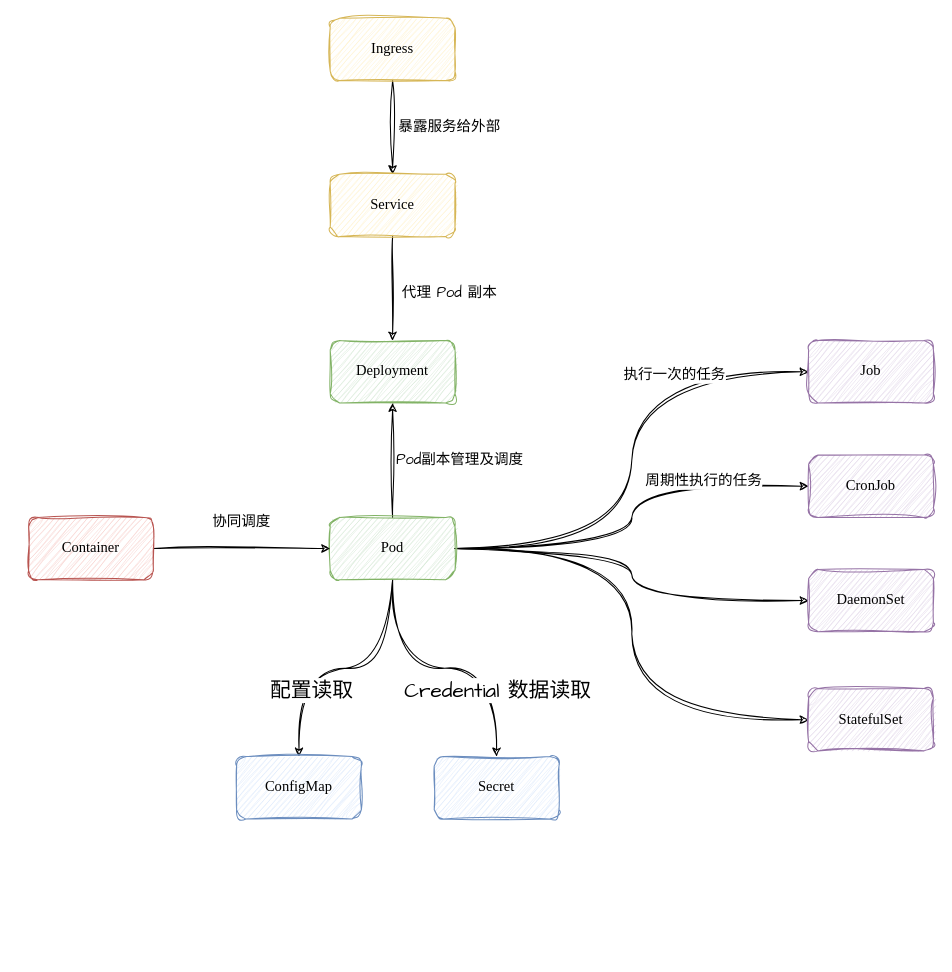
caijiatao/go-lib keeps this draw.io diagram as page "k8s核心功能全景图" (3 of 5) of docs/kubernetes.drawio. Above is the earlier version. Source tidied: cells renumbered, new cells numbered last; positions are measured from the earlier drawing's top-left corner, leaving out a move shared by most shapes. Both pictures are drawn from the tidied source at 104%, with x=0, y=0 at pixel (28, 18).
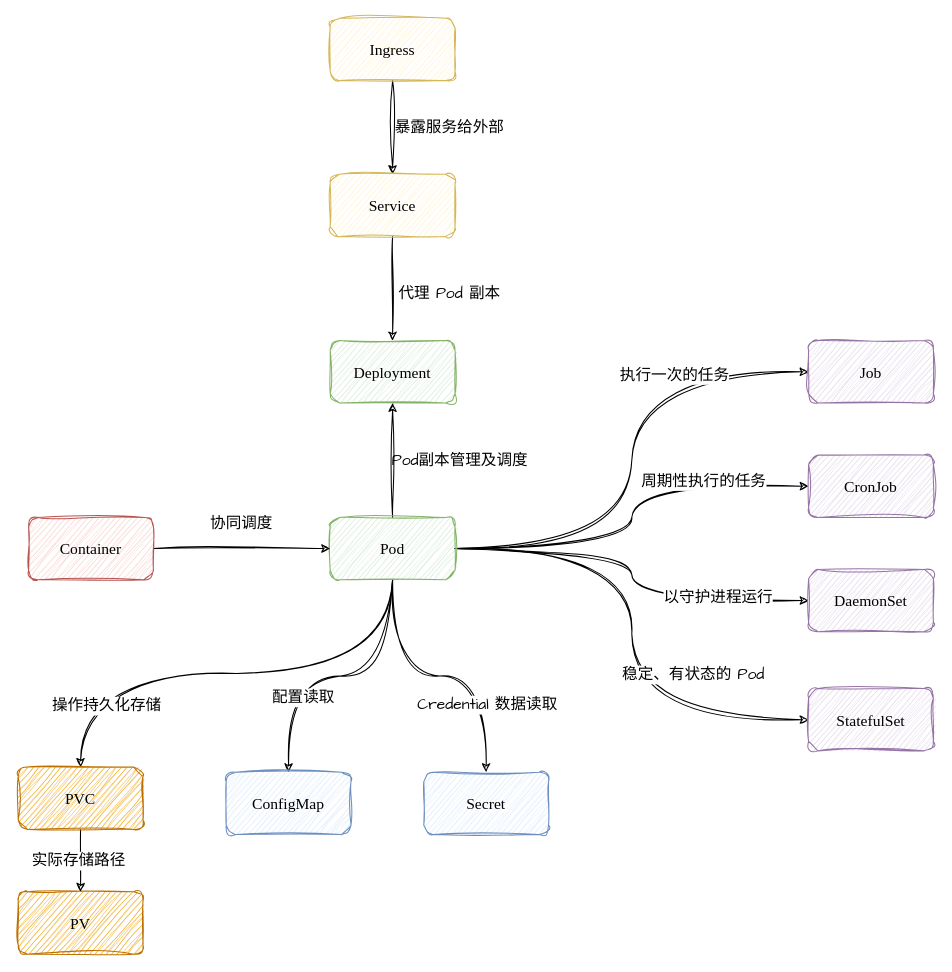
The same page after the edit.

The edit, as a diff of the source:
```diff
@@
-    <mxCell id="2" style="edgeStyle=orthogonalEdgeStyle;sketch=1;hachureGap=4;jiggle=2;curveFitting=1;jettySize=auto;html=1;exitX=0.5;exitY=1;exitDx=0;exitDy=0;fontFamily=Architects Daughter;fontSize=14;curved=1;rounded=1;" parent="1" edge="1" source="13" target="23">
+    <mxCell id="2" style="edgeStyle=orthogonalEdgeStyle;sketch=1;hachureGap=4;jiggle=2;curveFitting=1;jettySize=auto;html=1;exitX=0.5;exitY=1;exitDx=0;exitDy=0;fontFamily=Architects Daughter;fontSize=15;curved=1;rounded=1;" parent="1" edge="1" source="13" target="23">
       <mxGeometry relative="1" as="geometry" />
     </mxCell>
-    <mxCell id="3" value="配置读取" style="edgeLabel;html=1;align=center;verticalAlign=middle;fontSize=20;fontFamily=Architects Daughter;" parent="2" vertex="1">
+    <mxCell id="3" value="配置读取" style="edgeLabel;html=1;align=center;verticalAlign=middle;fontSize=15;fontFamily=Architects Daughter;" parent="2" vertex="1">
       <mxGeometry x="0.18" y="9" relative="1" as="geometry">
         <mxPoint x="-11" y="11" as="offset" />
       </mxGeometry>
     </mxCell>
-    <mxCell id="4" style="edgeStyle=orthogonalEdgeStyle;sketch=1;hachureGap=4;jiggle=2;curveFitting=1;jettySize=auto;html=1;exitX=0.5;exitY=1;exitDx=0;exitDy=0;fontFamily=Architects Daughter;fontSize=14;curved=1;rounded=1;" parent="1" edge="1" source="13" target="24">
+    <mxCell id="4" style="edgeStyle=orthogonalEdgeStyle;sketch=1;hachureGap=4;jiggle=2;curveFitting=1;jettySize=auto;html=1;exitX=0.5;exitY=1;exitDx=0;exitDy=0;fontFamily=Architects Daughter;fontSize=15;curved=1;rounded=1;" parent="1" edge="1" source="13" target="24">
       <mxGeometry relative="1" as="geometry" />
     </mxCell>
-    <mxCell id="5" value="Credential&amp;nbsp;数据读取" style="edgeLabel;html=1;align=center;verticalAlign=middle;fontSize=20;fontFamily=Architects Daughter;" parent="4" vertex="1">
+    <mxCell id="5" value="Credential&amp;nbsp;数据读取" style="edgeLabel;html=1;align=center;verticalAlign=middle;fontSize=15;fontFamily=Architects Daughter;" parent="4" vertex="1">
       <mxGeometry x="0.61" y="-10" relative="1" as="geometry">
         <mxPoint x="10" y="-12" as="offset" />
       </mxGeometry>
     </mxCell>
-    <mxCell id="6" style="edgeStyle=orthogonalEdgeStyle;sketch=1;hachureGap=4;jiggle=2;curveFitting=1;jettySize=auto;html=1;exitX=1;exitY=0.5;exitDx=0;exitDy=0;entryX=0;entryY=0.5;entryDx=0;entryDy=0;fontFamily=Architects Daughter;fontSize=14;curved=1;" parent="1" edge="1" source="13" target="28">
+    <mxCell id="6" style="edgeStyle=orthogonalEdgeStyle;sketch=1;hachureGap=4;jiggle=2;curveFitting=1;jettySize=auto;html=1;exitX=1;exitY=0.5;exitDx=0;exitDy=0;entryX=0;entryY=0.5;entryDx=0;entryDy=0;fontFamily=Architects Daughter;fontSize=15;curved=1;" parent="1" edge="1" source="13" target="28">
       <mxGeometry relative="1" as="geometry" />
     </mxCell>
-    <mxCell id="7" value="执行一次的任务" style="edgeLabel;html=1;align=center;verticalAlign=middle;fontSize=14;fontFamily=Architects Daughter;" parent="6" vertex="1">
+    <mxCell id="7" value="执行一次的任务" style="edgeLabel;html=1;align=center;verticalAlign=middle;fontSize=15;fontFamily=Architects Daughter;" parent="6" vertex="1">
       <mxGeometry x="0.49" y="-2" relative="1" as="geometry" />
     </mxCell>
-    <mxCell id="8" style="edgeStyle=orthogonalEdgeStyle;sketch=1;hachureGap=4;jiggle=2;curveFitting=1;jettySize=auto;html=1;exitX=1;exitY=0.5;exitDx=0;exitDy=0;entryX=0;entryY=0.5;entryDx=0;entryDy=0;fontFamily=Architects Daughter;fontSize=14;curved=1;" parent="1" edge="1" source="13" target="27">
+    <mxCell id="8" style="edgeStyle=orthogonalEdgeStyle;sketch=1;hachureGap=4;jiggle=2;curveFitting=1;jettySize=auto;html=1;exitX=1;exitY=0.5;exitDx=0;exitDy=0;entryX=0;entryY=0.5;entryDx=0;entryDy=0;fontFamily=Architects Daughter;fontSize=15;curved=1;" parent="1" edge="1" source="13" target="27">
       <mxGeometry relative="1" as="geometry" />
     </mxCell>
-    <mxCell id="9" value="周期性执行的任务" style="edgeLabel;html=1;align=center;verticalAlign=middle;fontSize=14;fontFamily=Architects Daughter;" parent="8" vertex="1">
+    <mxCell id="9" value="周期性执行的任务" style="edgeLabel;html=1;align=center;verticalAlign=middle;fontSize=15;fontFamily=Architects Daughter;" parent="8" vertex="1">
       <mxGeometry x="0.49" y="6" relative="1" as="geometry" />
     </mxCell>
-    <mxCell id="10" style="edgeStyle=orthogonalEdgeStyle;sketch=1;hachureGap=4;jiggle=2;curveFitting=1;jettySize=auto;html=1;exitX=1;exitY=0.5;exitDx=0;exitDy=0;entryX=0;entryY=0.5;entryDx=0;entryDy=0;fontFamily=Architects Daughter;fontSize=16;curved=1;" parent="1" edge="1" source="13" target="29">
+    <mxCell id="10" style="edgeStyle=orthogonalEdgeStyle;sketch=1;hachureGap=4;jiggle=2;curveFitting=1;jettySize=auto;html=1;exitX=1;exitY=0.5;exitDx=0;exitDy=0;entryX=0;entryY=0.5;entryDx=0;entryDy=0;fontFamily=Architects Daughter;fontSize=15;curved=1;" parent="1" edge="1" source="13" target="29">
       <mxGeometry relative="1" as="geometry" />
     </mxCell>
+    <mxCell id="31" value="以守护进程运行" style="edgeLabel;html=1;align=center;verticalAlign=middle;fontSize=15;fontFamily=Architects Daughter;" parent="10" vertex="1">
+      <mxGeometry x="0.55" y="4" relative="1" as="geometry" />
+    </mxCell>
-    <mxCell id="11" style="edgeStyle=orthogonalEdgeStyle;sketch=1;hachureGap=4;jiggle=2;curveFitting=1;jettySize=auto;html=1;exitX=1;exitY=0.5;exitDx=0;exitDy=0;entryX=0;entryY=0.5;entryDx=0;entryDy=0;fontFamily=Architects Daughter;fontSize=16;curved=1;" parent="1" edge="1" source="13" target="30">
+    <mxCell id="11" style="edgeStyle=orthogonalEdgeStyle;sketch=1;hachureGap=4;jiggle=2;curveFitting=1;jettySize=auto;html=1;exitX=1;exitY=0.5;exitDx=0;exitDy=0;entryX=0;entryY=0.5;entryDx=0;entryDy=0;fontFamily=Architects Daughter;fontSize=15;curved=1;" parent="1" edge="1" source="13" target="30">
       <mxGeometry relative="1" as="geometry" />
     </mxCell>
+    <mxCell id="32" value="稳定、有状态的 Pod&amp;nbsp;" style="edgeLabel;html=1;align=center;verticalAlign=middle;fontSize=15;fontFamily=Architects Daughter;" parent="11" vertex="1">
+      <mxGeometry x="0.69" y="5" relative="1" as="geometry">
+        <mxPoint x="-30" y="-39" as="offset" />
+      </mxGeometry>
+    </mxCell>
-    <mxCell id="12" style="edgeStyle=orthogonalEdgeStyle;rounded=1;sketch=1;hachureGap=4;jiggle=2;curveFitting=1;jettySize=auto;html=1;exitX=0.5;exitY=0;exitDx=0;exitDy=0;entryX=0.5;entryY=1;entryDx=0;entryDy=0;fontFamily=Architects Daughter;fontSize=16;" parent="1" edge="1" source="13" target="21">
+    <mxCell id="12" style="edgeStyle=orthogonalEdgeStyle;rounded=1;sketch=1;hachureGap=4;jiggle=2;curveFitting=1;jettySize=auto;html=1;exitX=0.5;exitY=0;exitDx=0;exitDy=0;entryX=0.5;entryY=1;entryDx=0;entryDy=0;fontFamily=Architects Daughter;fontSize=15;" parent="1" edge="1" source="13" target="21">
       <mxGeometry relative="1" as="geometry" />
     </mxCell>
+    <mxCell id="33" style="edgeStyle=orthogonalEdgeStyle;sketch=1;hachureGap=4;jiggle=2;curveFitting=1;jettySize=auto;html=1;exitX=0.5;exitY=1;exitDx=0;exitDy=0;fontFamily=Architects Daughter;fontSize=15;jumpStyle=none;curved=1;" parent="1" edge="1" source="13" target="38">
+      <mxGeometry relative="1" as="geometry" />
+    </mxCell>
+    <mxCell id="34" value="操作持久化存储" style="edgeLabel;html=1;align=center;verticalAlign=middle;fontSize=15;fontFamily=Architects Daughter;" parent="33" vertex="1">
+      <mxGeometry x="0.75" y="24" relative="1" as="geometry" />
+    </mxCell>
-    <mxCell id="13" value="Pod" style="rounded=1;whiteSpace=wrap;html=1;sketch=1;hachureGap=4;jiggle=2;curveFitting=1;fontFamily=Times New Roman;fontSize=14;fillColor=#d5e8d4;strokeColor=#82b366;" parent="1" vertex="1">
+    <mxCell id="13" value="Pod" style="rounded=1;whiteSpace=wrap;html=1;sketch=1;hachureGap=4;jiggle=2;curveFitting=1;fontFamily=Times New Roman;fontSize=15;fillColor=#d5e8d4;strokeColor=#82b366;" parent="1" vertex="1">
       <mxGeometry x="290" y="480" width="120" height="60" as="geometry" />
     </mxCell>
-    <mxCell id="14" style="edgeStyle=orthogonalEdgeStyle;rounded=1;sketch=1;hachureGap=4;jiggle=2;curveFitting=1;jettySize=auto;html=1;exitX=1;exitY=0.5;exitDx=0;exitDy=0;entryX=0;entryY=0.5;entryDx=0;entryDy=0;fontFamily=Times New Roman;fontSize=14;" parent="1" edge="1" source="15" target="13">
+    <mxCell id="14" style="edgeStyle=orthogonalEdgeStyle;rounded=1;sketch=1;hachureGap=4;jiggle=2;curveFitting=1;jettySize=auto;html=1;exitX=1;exitY=0.5;exitDx=0;exitDy=0;entryX=0;entryY=0.5;entryDx=0;entryDy=0;fontFamily=Times New Roman;fontSize=15;" parent="1" edge="1" source="15" target="13">
       <mxGeometry relative="1" as="geometry" />
     </mxCell>
-    <mxCell id="15" value="Container" style="rounded=1;whiteSpace=wrap;html=1;sketch=1;hachureGap=4;jiggle=2;curveFitting=1;fontFamily=Times New Roman;fontSize=14;fillColor=#f8cecc;strokeColor=#b85450;" parent="1" vertex="1">
+    <mxCell id="15" value="Container" style="rounded=1;whiteSpace=wrap;html=1;sketch=1;hachureGap=4;jiggle=2;curveFitting=1;fontFamily=Times New Roman;fontSize=15;fillColor=#f8cecc;strokeColor=#b85450;" parent="1" vertex="1">
       <mxGeometry y="480" width="120" height="60" as="geometry" />
     </mxCell>
-    <mxCell id="16" value="协同调度" style="text;html=1;strokeColor=none;fillColor=none;align=center;verticalAlign=middle;whiteSpace=wrap;rounded=1;fontSize=14;fontFamily=Times New Roman;" parent="1" vertex="1">
+    <mxCell id="16" value="协同调度" style="text;html=1;strokeColor=none;fillColor=none;align=center;verticalAlign=middle;whiteSpace=wrap;rounded=1;fontSize=15;fontFamily=Times New Roman;" parent="1" vertex="1">
       <mxGeometry x="160" y="470" width="90" height="30" as="geometry" />
     </mxCell>
-    <mxCell id="17" style="edgeStyle=orthogonalEdgeStyle;rounded=1;sketch=1;hachureGap=4;jiggle=2;curveFitting=1;jettySize=auto;html=1;fontFamily=Architects Daughter;fontSize=14;" parent="1" edge="1" source="18" target="20">
+    <mxCell id="17" style="edgeStyle=orthogonalEdgeStyle;rounded=1;sketch=1;hachureGap=4;jiggle=2;curveFitting=1;jettySize=auto;html=1;fontFamily=Architects Daughter;fontSize=15;" parent="1" edge="1" source="18" target="20">
       <mxGeometry relative="1" as="geometry" />
     </mxCell>
-    <mxCell id="18" value="Ingress" style="rounded=1;whiteSpace=wrap;html=1;sketch=1;hachureGap=4;jiggle=2;curveFitting=1;fontFamily=Times New Roman;fontSize=14;fillColor=#fff2cc;strokeColor=#d6b656;" parent="1" vertex="1">
+    <mxCell id="18" value="Ingress" style="rounded=1;whiteSpace=wrap;html=1;sketch=1;hachureGap=4;jiggle=2;curveFitting=1;fontFamily=Times New Roman;fontSize=15;fillColor=#fff2cc;strokeColor=#d6b656;" parent="1" vertex="1">
       <mxGeometry x="290" width="120" height="60" as="geometry" />
     </mxCell>
-    <mxCell id="19" style="edgeStyle=orthogonalEdgeStyle;rounded=1;sketch=1;hachureGap=4;jiggle=2;curveFitting=1;jettySize=auto;html=1;fontFamily=Architects Daughter;fontSize=14;" parent="1" edge="1" source="20" target="21">
+    <mxCell id="19" style="edgeStyle=orthogonalEdgeStyle;rounded=1;sketch=1;hachureGap=4;jiggle=2;curveFitting=1;jettySize=auto;html=1;fontFamily=Architects Daughter;fontSize=15;" parent="1" edge="1" source="20" target="21">
       <mxGeometry relative="1" as="geometry" />
     </mxCell>
-    <mxCell id="20" value="Service" style="rounded=1;whiteSpace=wrap;html=1;sketch=1;hachureGap=4;jiggle=2;curveFitting=1;fontFamily=Times New Roman;fontSize=14;fillColor=#fff2cc;strokeColor=#d6b656;" parent="1" vertex="1">
+    <mxCell id="20" value="Service" style="rounded=1;whiteSpace=wrap;html=1;sketch=1;hachureGap=4;jiggle=2;curveFitting=1;fontFamily=Times New Roman;fontSize=15;fillColor=#fff2cc;strokeColor=#d6b656;" parent="1" vertex="1">
       <mxGeometry x="290" y="150" width="120" height="60" as="geometry" />
     </mxCell>
-    <mxCell id="21" value="Deployment" style="rounded=1;whiteSpace=wrap;html=1;sketch=1;hachureGap=4;jiggle=2;curveFitting=1;fontFamily=Times New Roman;fontSize=14;fillColor=#d5e8d4;strokeColor=#82b366;" parent="1" vertex="1">
+    <mxCell id="21" value="Deployment" style="rounded=1;whiteSpace=wrap;html=1;sketch=1;hachureGap=4;jiggle=2;curveFitting=1;fontFamily=Times New Roman;fontSize=15;fillColor=#d5e8d4;strokeColor=#82b366;" parent="1" vertex="1">
       <mxGeometry x="290" y="310" width="120" height="60" as="geometry" />
     </mxCell>
-    <mxCell id="22" value="代理 Pod 副本" style="text;html=1;strokeColor=none;fillColor=none;align=center;verticalAlign=middle;whiteSpace=wrap;rounded=1;fontSize=14;fontFamily=Architects Daughter;" parent="1" vertex="1">
+    <mxCell id="22" value="代理 Pod 副本" style="text;html=1;strokeColor=none;fillColor=none;align=center;verticalAlign=middle;whiteSpace=wrap;rounded=1;fontSize=15;fontFamily=Architects Daughter;" parent="1" vertex="1">
       <mxGeometry x="310" y="250" width="190" height="30" as="geometry" />
     </mxCell>
-    <mxCell id="23" value="ConfigMap" style="rounded=1;whiteSpace=wrap;html=1;sketch=1;hachureGap=4;jiggle=2;curveFitting=1;fontFamily=Times New Roman;fontSize=14;fillColor=#dae8fc;strokeColor=#6c8ebf;" parent="1" vertex="1">
-      <mxGeometry x="200" y="710" width="120" height="60" as="geometry" />
+    <mxCell id="23" value="ConfigMap" style="rounded=1;whiteSpace=wrap;html=1;sketch=1;hachureGap=4;jiggle=2;curveFitting=1;fontFamily=Times New Roman;fontSize=15;fillColor=#dae8fc;strokeColor=#6c8ebf;" parent="1" vertex="1">
+      <mxGeometry x="190" y="725" width="120" height="60" as="geometry" />
     </mxCell>
-    <mxCell id="24" value="Secret" style="rounded=1;whiteSpace=wrap;html=1;sketch=1;hachureGap=4;jiggle=2;curveFitting=1;fontFamily=Times New Roman;fontSize=14;fillColor=#dae8fc;strokeColor=#6c8ebf;" parent="1" vertex="1">
-      <mxGeometry x="390" y="710" width="120" height="60" as="geometry" />
+    <mxCell id="24" value="Secret" style="rounded=1;whiteSpace=wrap;html=1;sketch=1;hachureGap=4;jiggle=2;curveFitting=1;fontFamily=Times New Roman;fontSize=15;fillColor=#dae8fc;strokeColor=#6c8ebf;" parent="1" vertex="1">
+      <mxGeometry x="380" y="725" width="120" height="60" as="geometry" />
     </mxCell>
-    <mxCell id="25" value="Pod副本管理及调度" style="text;html=1;strokeColor=none;fillColor=none;align=center;verticalAlign=middle;whiteSpace=wrap;rounded=1;fontSize=14;fontFamily=Architects Daughter;" parent="1" vertex="1">
+    <mxCell id="25" value="Pod副本管理及调度" style="text;html=1;strokeColor=none;fillColor=none;align=center;verticalAlign=middle;whiteSpace=wrap;rounded=1;fontSize=15;fontFamily=Architects Daughter;" parent="1" vertex="1">
       <mxGeometry x="320" y="410" width="190" height="30" as="geometry" />
     </mxCell>
-    <mxCell id="26" value="暴露服务给外部" style="text;html=1;strokeColor=none;fillColor=none;align=center;verticalAlign=middle;whiteSpace=wrap;rounded=1;fontSize=14;fontFamily=Architects Daughter;" parent="1" vertex="1">
+    <mxCell id="26" value="暴露服务给外部" style="text;html=1;strokeColor=none;fillColor=none;align=center;verticalAlign=middle;whiteSpace=wrap;rounded=1;fontSize=15;fontFamily=Architects Daughter;" parent="1" vertex="1">
       <mxGeometry x="310" y="90" width="190" height="30" as="geometry" />
     </mxCell>
-    <mxCell id="27" value="CronJob" style="rounded=1;whiteSpace=wrap;html=1;sketch=1;hachureGap=4;jiggle=2;curveFitting=1;fontFamily=Times New Roman;fontSize=14;fillColor=#e1d5e7;strokeColor=#9673a6;" parent="1" vertex="1">
+    <mxCell id="27" value="CronJob" style="rounded=1;whiteSpace=wrap;html=1;sketch=1;hachureGap=4;jiggle=2;curveFitting=1;fontFamily=Times New Roman;fontSize=15;fillColor=#e1d5e7;strokeColor=#9673a6;" parent="1" vertex="1">
       <mxGeometry x="750" y="420" width="120" height="60" as="geometry" />
     </mxCell>
-    <mxCell id="28" value="Job" style="rounded=1;whiteSpace=wrap;html=1;sketch=1;hachureGap=4;jiggle=2;curveFitting=1;fontFamily=Times New Roman;fontSize=14;fillColor=#e1d5e7;strokeColor=#9673a6;" parent="1" vertex="1">
+    <mxCell id="28" value="Job" style="rounded=1;whiteSpace=wrap;html=1;sketch=1;hachureGap=4;jiggle=2;curveFitting=1;fontFamily=Times New Roman;fontSize=15;fillColor=#e1d5e7;strokeColor=#9673a6;" parent="1" vertex="1">
       <mxGeometry x="750" y="310" width="120" height="60" as="geometry" />
     </mxCell>
-    <mxCell id="29" value="DaemonSet" style="rounded=1;whiteSpace=wrap;html=1;sketch=1;hachureGap=4;jiggle=2;curveFitting=1;fontFamily=Times New Roman;fontSize=14;fillColor=#e1d5e7;strokeColor=#9673a6;" parent="1" vertex="1">
+    <mxCell id="29" value="DaemonSet" style="rounded=1;whiteSpace=wrap;html=1;sketch=1;hachureGap=4;jiggle=2;curveFitting=1;fontFamily=Times New Roman;fontSize=15;fillColor=#e1d5e7;strokeColor=#9673a6;" parent="1" vertex="1">
       <mxGeometry x="750" y="530" width="120" height="60" as="geometry" />
     </mxCell>
-    <mxCell id="30" value="StatefulSet" style="rounded=1;whiteSpace=wrap;html=1;sketch=1;hachureGap=4;jiggle=2;curveFitting=1;fontFamily=Times New Roman;fontSize=14;fillColor=#e1d5e7;strokeColor=#9673a6;" parent="1" vertex="1">
+    <mxCell id="30" value="StatefulSet" style="rounded=1;whiteSpace=wrap;html=1;sketch=1;hachureGap=4;jiggle=2;curveFitting=1;fontFamily=Times New Roman;fontSize=15;fillColor=#e1d5e7;strokeColor=#9673a6;" parent="1" vertex="1">
       <mxGeometry x="750" y="644.5" width="120" height="60" as="geometry" />
     </mxCell>
+    <mxCell id="35" value="PV" style="rounded=1;whiteSpace=wrap;html=1;sketch=1;hachureGap=4;jiggle=2;curveFitting=1;fontFamily=Times New Roman;fontSize=15;fillColor=#f0a30a;strokeColor=#BD7000;fontColor=#000000;" parent="1" vertex="1">
+      <mxGeometry x="-10" y="840" width="120" height="60" as="geometry" />
+    </mxCell>
+    <mxCell id="36" style="edgeStyle=orthogonalEdgeStyle;rounded=0;sketch=1;hachureGap=4;jiggle=2;curveFitting=1;jettySize=auto;html=1;exitX=0.5;exitY=1;exitDx=0;exitDy=0;fontFamily=Architects Daughter;fontSize=15;" parent="1" edge="1" source="38" target="35">
+      <mxGeometry relative="1" as="geometry" />
+    </mxCell>
+    <mxCell id="37" value="实际存储路径" style="edgeLabel;html=1;align=center;verticalAlign=middle;fontSize=15;fontFamily=Architects Daughter;" parent="36" vertex="1">
+      <mxGeometry x="-0.03" y="-3" relative="1" as="geometry" />
+    </mxCell>
+    <mxCell id="38" value="PVC" style="rounded=1;whiteSpace=wrap;html=1;sketch=1;hachureGap=4;jiggle=2;curveFitting=1;fontFamily=Times New Roman;fontSize=15;fillColor=#f0a30a;strokeColor=#BD7000;fontColor=#000000;" parent="1" vertex="1">
+      <mxGeometry x="-10" y="720" width="120" height="60" as="geometry" />
+    </mxCell>
```
